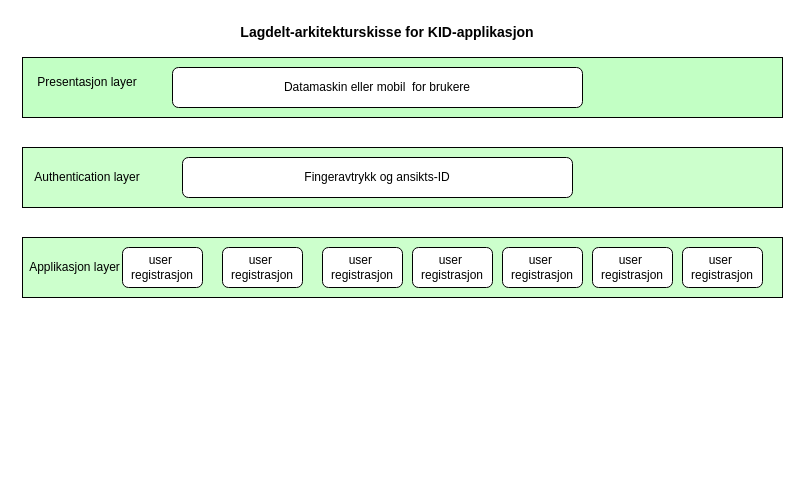
This is page "Page-2" (2 of 2) of Untitled Diagram.drawio from tungno/Vaanpi-Pa, a draw.io file, before an edit. Source tidied: cells renumbered, new cells numbered last; positions are measured from the earlier drawing's top-left corner, leaving out a move shared by most shapes. Both pictures are drawn from the tidied source at 100%, with x=0, y=0 at pixel (22, 17).
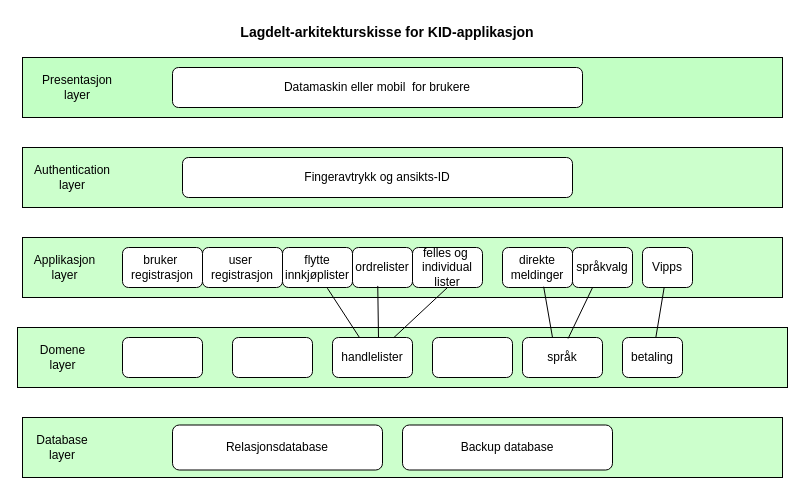
The same diagram, later.

Diff of the diagram source:
```diff
@@
-    <mxCell id="4" value="Presentasjon layer" style="text;html=1;strokeColor=none;fillColor=none;align=center;verticalAlign=middle;whiteSpace=wrap;rounded=0;" parent="1" vertex="1">
-      <mxGeometry x="10" y="50" width="110" height="30" as="geometry" />
+    <mxCell id="4" value="Presentasjon &lt;br&gt;layer" style="text;html=1;strokeColor=none;fillColor=none;align=center;verticalAlign=middle;whiteSpace=wrap;rounded=0;" parent="1" vertex="1">
+      <mxGeometry x="10" y="55" width="90" height="30" as="geometry" />
     </mxCell>
@@
-    <mxCell id="7" value="Authentication layer" style="text;html=1;strokeColor=none;fillColor=none;align=center;verticalAlign=middle;whiteSpace=wrap;rounded=0;" parent="1" vertex="1">
-      <mxGeometry x="10" y="145" width="110" height="30" as="geometry" />
+    <mxCell id="7" value="Authentication&lt;br&gt;layer" style="text;html=1;strokeColor=none;fillColor=none;align=center;verticalAlign=middle;whiteSpace=wrap;rounded=0;" parent="1" vertex="1">
+      <mxGeometry x="10" y="145" width="80" height="30" as="geometry" />
     </mxCell>
@@
-    <mxCell id="10" value="Applikasjon layer" style="text;html=1;strokeColor=none;fillColor=none;align=center;verticalAlign=middle;whiteSpace=wrap;rounded=0;" parent="1" vertex="1">
-      <mxGeometry x="5" y="235" width="95" height="30" as="geometry" />
+    <mxCell id="10" value="Applikasjon &lt;br&gt;layer" style="text;html=1;strokeColor=none;fillColor=none;align=center;verticalAlign=middle;whiteSpace=wrap;rounded=0;" parent="1" vertex="1">
+      <mxGeometry x="5" y="235" width="75" height="30" as="geometry" />
     </mxCell>
-    <mxCell id="11" value="user&amp;nbsp;&lt;br&gt;registrasjon" style="rounded=1;whiteSpace=wrap;html=1;" parent="1" vertex="1">
+    <mxCell id="11" value="bruker&amp;nbsp;&lt;br&gt;registrasjon" style="rounded=1;whiteSpace=wrap;html=1;" parent="1" vertex="1">
       <mxGeometry x="100" y="230" width="80" height="40" as="geometry" />
     </mxCell>
-    <mxCell id="12" value="user&amp;nbsp;&lt;br&gt;registrasjon" style="rounded=1;whiteSpace=wrap;html=1;" parent="1" vertex="1">
-      <mxGeometry x="300" y="230" width="80" height="40" as="geometry" />
+    <mxCell id="12" value="ordrelister" style="rounded=1;whiteSpace=wrap;html=1;" parent="1" vertex="1">
+      <mxGeometry x="330" y="230" width="60" height="40" as="geometry" />
     </mxCell>
-    <mxCell id="13" value="user&amp;nbsp;&lt;br&gt;registrasjon" style="rounded=1;whiteSpace=wrap;html=1;" parent="1" vertex="1">
-      <mxGeometry x="390" y="230" width="80" height="40" as="geometry" />
+    <mxCell id="13" value="felles og&amp;nbsp;&lt;br&gt;individual lister" style="rounded=1;whiteSpace=wrap;html=1;" parent="1" vertex="1">
+      <mxGeometry x="390" y="230" width="70" height="40" as="geometry" />
     </mxCell>
-    <mxCell id="14" value="user&amp;nbsp;&lt;br&gt;registrasjon" style="rounded=1;whiteSpace=wrap;html=1;" parent="1" vertex="1">
-      <mxGeometry x="480" y="230" width="80" height="40" as="geometry" />
+    <mxCell id="14" value="direkte&lt;br&gt;meldinger" style="rounded=1;whiteSpace=wrap;html=1;" parent="1" vertex="1">
+      <mxGeometry x="480" y="230" width="70" height="40" as="geometry" />
     </mxCell>
-    <mxCell id="15" value="user&amp;nbsp;&lt;br&gt;registrasjon" style="rounded=1;whiteSpace=wrap;html=1;" parent="1" vertex="1">
-      <mxGeometry x="570" y="230" width="80" height="40" as="geometry" />
+    <mxCell id="15" value="språkvalg" style="rounded=1;whiteSpace=wrap;html=1;" parent="1" vertex="1">
+      <mxGeometry x="550" y="230" width="60" height="40" as="geometry" />
     </mxCell>
-    <mxCell id="16" value="user&amp;nbsp;&lt;br&gt;registrasjon" style="rounded=1;whiteSpace=wrap;html=1;" parent="1" vertex="1">
-      <mxGeometry x="660" y="230" width="80" height="40" as="geometry" />
+    <mxCell id="16" value="Vipps" style="rounded=1;whiteSpace=wrap;html=1;" parent="1" vertex="1">
+      <mxGeometry x="620" y="230" width="50" height="40" as="geometry" />
     </mxCell>
     <mxCell id="17" value="user&amp;nbsp;&lt;br&gt;registrasjon" style="rounded=1;whiteSpace=wrap;html=1;" parent="1" vertex="1">
-      <mxGeometry x="200" y="230" width="80" height="40" as="geometry" />
+      <mxGeometry x="180" y="230" width="80" height="40" as="geometry" />
     </mxCell>
+    <mxCell id="18" style="rounded=0;whiteSpace=wrap;html=1;fillColor=#CCFFCC;" parent="1" vertex="1">
+      <mxGeometry y="400" width="760" height="60" as="geometry" />
+    </mxCell>
+    <mxCell id="19" value="Database layer" style="text;html=1;strokeColor=none;fillColor=none;align=center;verticalAlign=middle;whiteSpace=wrap;rounded=0;" parent="1" vertex="1">
+      <mxGeometry x="10" y="415" width="60" height="30" as="geometry" />
+    </mxCell>
+    <mxCell id="20" style="rounded=0;whiteSpace=wrap;html=1;fillColor=#CCFFCC;" parent="1" vertex="1">
+      <mxGeometry x="-5" y="310" width="770" height="60" as="geometry" />
+    </mxCell>
+    <mxCell id="21" value="Domene&lt;br&gt;layer" style="text;html=1;strokeColor=none;fillColor=none;align=center;verticalAlign=middle;whiteSpace=wrap;rounded=0;" parent="1" vertex="1">
+      <mxGeometry x="2.5" y="325" width="75" height="30" as="geometry" />
+    </mxCell>
+    <mxCell id="22" style="rounded=1;whiteSpace=wrap;html=1;" parent="1" vertex="1">
+      <mxGeometry x="100" y="320" width="80" height="40" as="geometry" />
+    </mxCell>
+    <mxCell id="23" value="handlelister" style="rounded=1;whiteSpace=wrap;html=1;" parent="1" vertex="1">
+      <mxGeometry x="310" y="320" width="80" height="40" as="geometry" />
+    </mxCell>
+    <mxCell id="24" style="rounded=1;whiteSpace=wrap;html=1;" parent="1" vertex="1">
+      <mxGeometry x="410" y="320" width="80" height="40" as="geometry" />
+    </mxCell>
+    <mxCell id="25" value="språk" style="rounded=1;whiteSpace=wrap;html=1;" parent="1" vertex="1">
+      <mxGeometry x="500" y="320" width="80" height="40" as="geometry" />
+    </mxCell>
+    <mxCell id="26" value="betaling" style="rounded=1;whiteSpace=wrap;html=1;" parent="1" vertex="1">
+      <mxGeometry x="600" y="320" width="60" height="40" as="geometry" />
+    </mxCell>
+    <mxCell id="27" style="rounded=1;whiteSpace=wrap;html=1;" parent="1" vertex="1">
+      <mxGeometry x="210" y="320" width="80" height="40" as="geometry" />
+    </mxCell>
+    <mxCell id="28" value="Relasjonsdatabase" style="rounded=1;whiteSpace=wrap;html=1;" parent="1" vertex="1">
+      <mxGeometry x="150" y="407.5" width="210" height="45" as="geometry" />
+    </mxCell>
+    <mxCell id="29" value="Backup database" style="rounded=1;whiteSpace=wrap;html=1;" parent="1" vertex="1">
+      <mxGeometry x="380" y="407.5" width="210" height="45" as="geometry" />
+    </mxCell>
+    <mxCell id="30" value="flytte&lt;br&gt;innkjøplister" style="rounded=1;whiteSpace=wrap;html=1;" parent="1" vertex="1">
+      <mxGeometry x="260" y="230" width="70" height="40" as="geometry" />
+    </mxCell>
+    <mxCell id="31" style="endArrow=none;html=1;rounded=0;entryX=0.5;entryY=1;entryDx=0;entryDy=0;" parent="1" edge="1" source="23" target="13">
+      <mxGeometry relative="1" as="geometry" />
+    </mxCell>
+    <mxCell id="32" style="endArrow=none;html=1;rounded=0;entryX=0.421;entryY=0.961;entryDx=0;entryDy=0;entryPerimeter=0;exitX=0.575;exitY=0.007;exitDx=0;exitDy=0;exitPerimeter=0;" parent="1" edge="1" source="23" target="12">
+      <mxGeometry relative="1" as="geometry" />
+    </mxCell>
+    <mxCell id="33" style="endArrow=none;html=1;rounded=0;entryX=0.641;entryY=1.017;entryDx=0;entryDy=0;entryPerimeter=0;" parent="1" edge="1" source="23" target="30">
+      <mxGeometry relative="1" as="geometry" />
+    </mxCell>
+    <mxCell id="34" style="endArrow=none;html=1;rounded=0;entryX=0.335;entryY=0.998;entryDx=0;entryDy=0;entryPerimeter=0;exitX=0.57;exitY=0.026;exitDx=0;exitDy=0;exitPerimeter=0;" parent="1" edge="1" source="25" target="15">
+      <mxGeometry relative="1" as="geometry" />
+    </mxCell>
+    <mxCell id="35" style="endArrow=none;html=1;rounded=0;entryX=0.588;entryY=0.98;entryDx=0;entryDy=0;entryPerimeter=0;exitX=0.375;exitY=0;exitDx=0;exitDy=0;exitPerimeter=0;" parent="1" edge="1" source="25" target="14">
+      <mxGeometry relative="1" as="geometry" />
+    </mxCell>
+    <mxCell id="36" style="endArrow=none;html=1;rounded=0;" parent="1" edge="1" source="26" target="16">
+      <mxGeometry relative="1" as="geometry" />
+    </mxCell>
```
